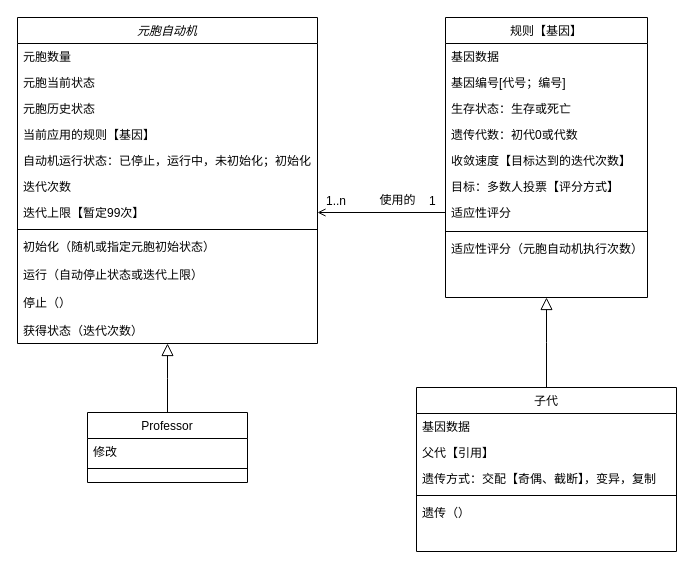
Above: 元胞自动机V0.5.drawio in ligumi/CellularAutomataProject (draw.io), before the change. Source tidied: cells renumbered, new cells numbered last; positions are measured from the earlier drawing's top-left corner, leaving out a move shared by most shapes. Both pictures are drawn from the tidied source at 100%, with x=0, y=0 at pixel (17, 17).
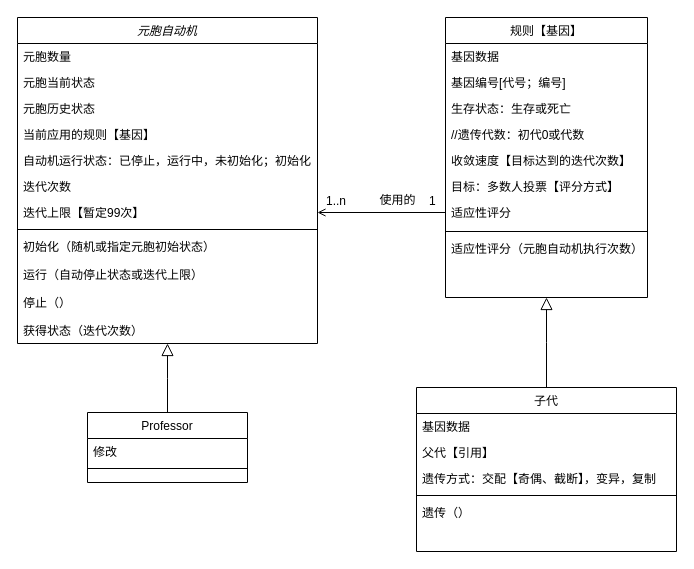
The same diagram, later.

Commit message:
Update 元胞自动机V0.5.drawio

The change refers to these unchanged cells:
```xml
<mxCell id="26" value="规则【基因】" style="swimlane;fontStyle=0;align=center;verticalAlign=top;horizontal=1;startSize=26;rounded=0;shadow=0;strokeWidth=1;" parent="1" vertex="1">
  <mxGeometry x="428" width="202" height="280" as="geometry" />
</mxCell>
```

Change to the diagram source:
```diff
@@
-    <mxCell id="30" value="遗传代数：初代0或代数" style="text;align=left;verticalAlign=top;spacingLeft=4;spacingRight=4;overflow=hidden;" parent="26" vertex="1">
+    <mxCell id="30" value="//遗传代数：初代0或代数" style="text;align=left;verticalAlign=top;spacingLeft=4;spacingRight=4;overflow=hidden;" parent="26" vertex="1">
       <mxGeometry y="104" width="202" height="26" as="geometry" />
     </mxCell>
```
